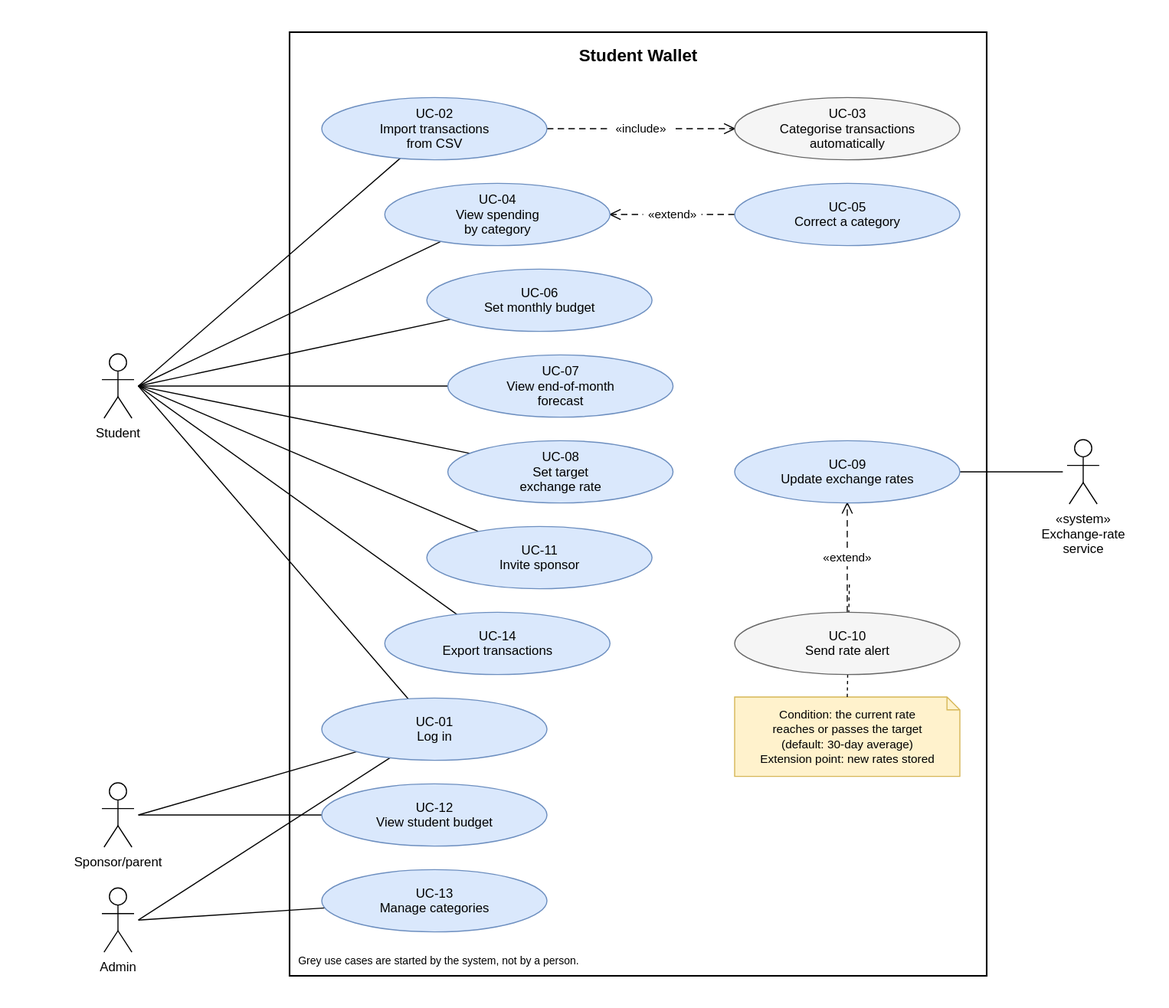
Above: 02-Requirements/use-case-diagram.drawio.svg in matteoovalee/swe-student-wallet (draw.io), before the change. Source tidied: cells renumbered, new cells last; positions are measured from the earlier drawing's top-left corner, leaving out a move shared by most shapes. The source it was exported from:
```xml
<mxGraphModel>
  <root>
    <mxCell id="0" />
    <mxCell id="1" parent="0" />
    <mxCell id="2" value="Student Wallet" style="rounded=0;whiteSpace=wrap;html=1;fillColor=none;verticalAlign=top;fontStyle=1;fontSize=16;strokeWidth=1.5;spacingTop=6;" parent="1" vertex="1">
      <mxGeometry x="175" width="650" height="880" as="geometry" />
    </mxCell>
    <mxCell id="3" value="UC-02&lt;br&gt;Import transactions from CSV" style="ellipse;whiteSpace=wrap;html=1;fillColor=#dae8fc;strokeColor=#6c8ebf;spacingLeft=14;spacingRight=14;" parent="1" vertex="1">
      <mxGeometry x="205" y="61" width="210" height="58" as="geometry" />
    </mxCell>
    <mxCell id="4" value="UC-04&lt;br&gt;View spending by category" style="ellipse;whiteSpace=wrap;html=1;fillColor=#dae8fc;strokeColor=#6c8ebf;spacingLeft=14;spacingRight=14;" parent="1" vertex="1">
      <mxGeometry x="263.8" y="141" width="210" height="58" as="geometry" />
    </mxCell>
    <mxCell id="5" value="UC-06&lt;br&gt;Set monthly budget" style="ellipse;whiteSpace=wrap;html=1;fillColor=#dae8fc;strokeColor=#6c8ebf;spacingLeft=14;spacingRight=14;" parent="1" vertex="1">
      <mxGeometry x="303" y="221" width="210" height="58" as="geometry" />
    </mxCell>
    <mxCell id="6" value="UC-07&lt;br&gt;View end-of-month forecast" style="ellipse;whiteSpace=wrap;html=1;fillColor=#dae8fc;strokeColor=#6c8ebf;spacingLeft=14;spacingRight=14;" parent="1" vertex="1">
      <mxGeometry x="322.6" y="301" width="210" height="58" as="geometry" />
    </mxCell>
    <mxCell id="7" value="UC-08&lt;br&gt;Set target exchange rate" style="ellipse;whiteSpace=wrap;html=1;fillColor=#dae8fc;strokeColor=#6c8ebf;spacingLeft=14;spacingRight=14;" parent="1" vertex="1">
      <mxGeometry x="322.6" y="381" width="210" height="58" as="geometry" />
    </mxCell>
    <mxCell id="8" value="UC-11&lt;br&gt;Invite sponsor" style="ellipse;whiteSpace=wrap;html=1;fillColor=#dae8fc;strokeColor=#6c8ebf;spacingLeft=14;spacingRight=14;" parent="1" vertex="1">
      <mxGeometry x="303" y="461" width="210" height="58" as="geometry" />
    </mxCell>
    <mxCell id="9" value="UC-14&lt;br&gt;Export transactions" style="ellipse;whiteSpace=wrap;html=1;fillColor=#dae8fc;strokeColor=#6c8ebf;spacingLeft=14;spacingRight=14;" parent="1" vertex="1">
      <mxGeometry x="263.8" y="541" width="210" height="58" as="geometry" />
    </mxCell>
    <mxCell id="10" value="UC-01&lt;br&gt;Log in" style="ellipse;whiteSpace=wrap;html=1;fillColor=#dae8fc;strokeColor=#6c8ebf;spacingLeft=14;spacingRight=14;" parent="1" vertex="1">
      <mxGeometry x="205" y="621" width="210" height="58" as="geometry" />
    </mxCell>
    <mxCell id="11" value="UC-12&lt;br&gt;View student budget" style="ellipse;whiteSpace=wrap;html=1;fillColor=#dae8fc;strokeColor=#6c8ebf;spacingLeft=14;spacingRight=14;" parent="1" vertex="1">
      <mxGeometry x="205" y="701" width="210" height="58" as="geometry" />
    </mxCell>
    <mxCell id="12" value="UC-13&lt;br&gt;Manage categories" style="ellipse;whiteSpace=wrap;html=1;fillColor=#dae8fc;strokeColor=#6c8ebf;spacingLeft=14;spacingRight=14;" parent="1" vertex="1">
      <mxGeometry x="205" y="781" width="210" height="58" as="geometry" />
    </mxCell>
    <mxCell id="13" value="UC-03&lt;br&gt;Categorise transactions automatically" style="ellipse;whiteSpace=wrap;html=1;fillColor=#f5f5f5;strokeColor=#666666;spacingLeft=14;spacingRight=14;" parent="1" vertex="1">
      <mxGeometry x="590" y="61" width="210" height="58" as="geometry" />
    </mxCell>
    <mxCell id="14" value="UC-05&lt;br&gt;Correct a category" style="ellipse;whiteSpace=wrap;html=1;fillColor=#dae8fc;strokeColor=#6c8ebf;spacingLeft=14;spacingRight=14;" parent="1" vertex="1">
      <mxGeometry x="590" y="141" width="210" height="58" as="geometry" />
    </mxCell>
    <mxCell id="15" value="UC-09&lt;br&gt;Update exchange rates" style="ellipse;whiteSpace=wrap;html=1;fillColor=#dae8fc;strokeColor=#6c8ebf;spacingLeft=14;spacingRight=14;" parent="1" vertex="1">
      <mxGeometry x="590" y="381" width="210" height="58" as="geometry" />
    </mxCell>
    <mxCell id="16" value="UC-10&lt;br&gt;Send rate alert" style="ellipse;whiteSpace=wrap;html=1;fillColor=#f5f5f5;strokeColor=#666666;spacingLeft=14;spacingRight=14;" parent="1" vertex="1">
      <mxGeometry x="590" y="541" width="210" height="58" as="geometry" />
    </mxCell>
    <mxCell id="17" value="Student" style="shape=umlActor;verticalLabelPosition=bottom;verticalAlign=top;html=1;outlineConnect=0;" parent="1" vertex="1">
      <mxGeometry y="300" width="30" height="60" as="geometry" />
    </mxCell>
    <mxCell id="18" value="Sponsor/parent" style="shape=umlActor;verticalLabelPosition=bottom;verticalAlign=top;html=1;outlineConnect=0;" parent="1" vertex="1">
      <mxGeometry y="700" width="30" height="60" as="geometry" />
    </mxCell>
    <mxCell id="19" value="Admin" style="shape=umlActor;verticalLabelPosition=bottom;verticalAlign=top;html=1;outlineConnect=0;" parent="1" vertex="1">
      <mxGeometry y="798" width="30" height="60" as="geometry" />
    </mxCell>
    <mxCell id="20" value="«system»&lt;br&gt;Exchange-rate&lt;br&gt;service" style="shape=umlActor;verticalLabelPosition=bottom;verticalAlign=top;html=1;outlineConnect=0;" parent="1" vertex="1">
      <mxGeometry x="900" y="380" width="30" height="60" as="geometry" />
    </mxCell>
    <mxCell id="21" style="endArrow=none;html=1;rounded=0;" parent="1" edge="1" source="17" target="10">
      <mxGeometry relative="1" as="geometry" />
    </mxCell>
    <mxCell id="22" style="endArrow=none;html=1;rounded=0;" parent="1" edge="1" source="17" target="3">
      <mxGeometry relative="1" as="geometry" />
    </mxCell>
    <mxCell id="23" style="endArrow=none;html=1;rounded=0;" parent="1" edge="1" source="17" target="4">
      <mxGeometry relative="1" as="geometry" />
    </mxCell>
    <mxCell id="24" style="endArrow=none;html=1;rounded=0;" parent="1" edge="1" source="17" target="5">
      <mxGeometry relative="1" as="geometry" />
    </mxCell>
    <mxCell id="25" style="endArrow=none;html=1;rounded=0;" parent="1" edge="1" source="17" target="6">
      <mxGeometry relative="1" as="geometry" />
    </mxCell>
    <mxCell id="26" style="endArrow=none;html=1;rounded=0;" parent="1" edge="1" source="17" target="7">
      <mxGeometry relative="1" as="geometry" />
    </mxCell>
    <mxCell id="27" style="endArrow=none;html=1;rounded=0;" parent="1" edge="1" source="17" target="8">
      <mxGeometry relative="1" as="geometry" />
    </mxCell>
    <mxCell id="28" style="endArrow=none;html=1;rounded=0;" parent="1" edge="1" source="17" target="9">
      <mxGeometry relative="1" as="geometry" />
    </mxCell>
    <mxCell id="29" style="endArrow=none;html=1;rounded=0;" parent="1" edge="1" source="18" target="10">
      <mxGeometry relative="1" as="geometry" />
    </mxCell>
    <mxCell id="30" style="endArrow=none;html=1;rounded=0;" parent="1" edge="1" source="18" target="11">
      <mxGeometry relative="1" as="geometry" />
    </mxCell>
    <mxCell id="31" style="endArrow=none;html=1;rounded=0;" parent="1" edge="1" source="19" target="10">
      <mxGeometry relative="1" as="geometry" />
    </mxCell>
    <mxCell id="32" style="endArrow=none;html=1;rounded=0;" parent="1" edge="1" source="19" target="12">
      <mxGeometry relative="1" as="geometry" />
    </mxCell>
    <mxCell id="33" style="endArrow=none;html=1;rounded=0;" parent="1" edge="1" source="20" target="15">
      <mxGeometry relative="1" as="geometry" />
    </mxCell>
    <mxCell id="34" value="«include»" style="endArrow=open;endSize=10;dashed=1;html=1;rounded=0;fontSize=11;" parent="1" edge="1" source="3" target="13">
      <mxGeometry relative="1" as="geometry" />
    </mxCell>
    <mxCell id="35" value="«extend»" style="endArrow=open;endSize=10;dashed=1;html=1;rounded=0;fontSize=11;" parent="1" edge="1" source="14" target="4">
      <mxGeometry relative="1" as="geometry" />
    </mxCell>
    <mxCell id="36" value="«extend»" style="endArrow=open;endSize=10;dashed=1;html=1;rounded=0;fontSize=11;" parent="1" edge="1" source="16" target="15">
      <mxGeometry relative="1" as="geometry" />
    </mxCell>
    <mxCell id="37" value="Condition: the current rate&lt;br&gt;reaches or passes the target&lt;br&gt;(default: 30-day average)&lt;br&gt;Extension point: new rates stored" style="shape=note;whiteSpace=wrap;html=1;size=12;fillColor=#fff2cc;strokeColor=#d6b656;fontSize=11;" parent="1" vertex="1">
      <mxGeometry x="590" y="620" width="210" height="74" as="geometry" />
    </mxCell>
    <mxCell id="38" style="endArrow=none;dashed=1;dashPattern=3 3;html=1;rounded=0;" parent="1" edge="1" source="37" target="36">
      <mxGeometry relative="1" as="geometry" />
    </mxCell>
    <mxCell id="39" value="Grey use cases are started by the system, not by a person." style="text;html=1;align=left;verticalAlign=middle;fontSize=10;" parent="1" vertex="1">
      <mxGeometry x="181" y="854" width="320" height="20" as="geometry" />
    </mxCell>
  </root>
</mxGraphModel>
```
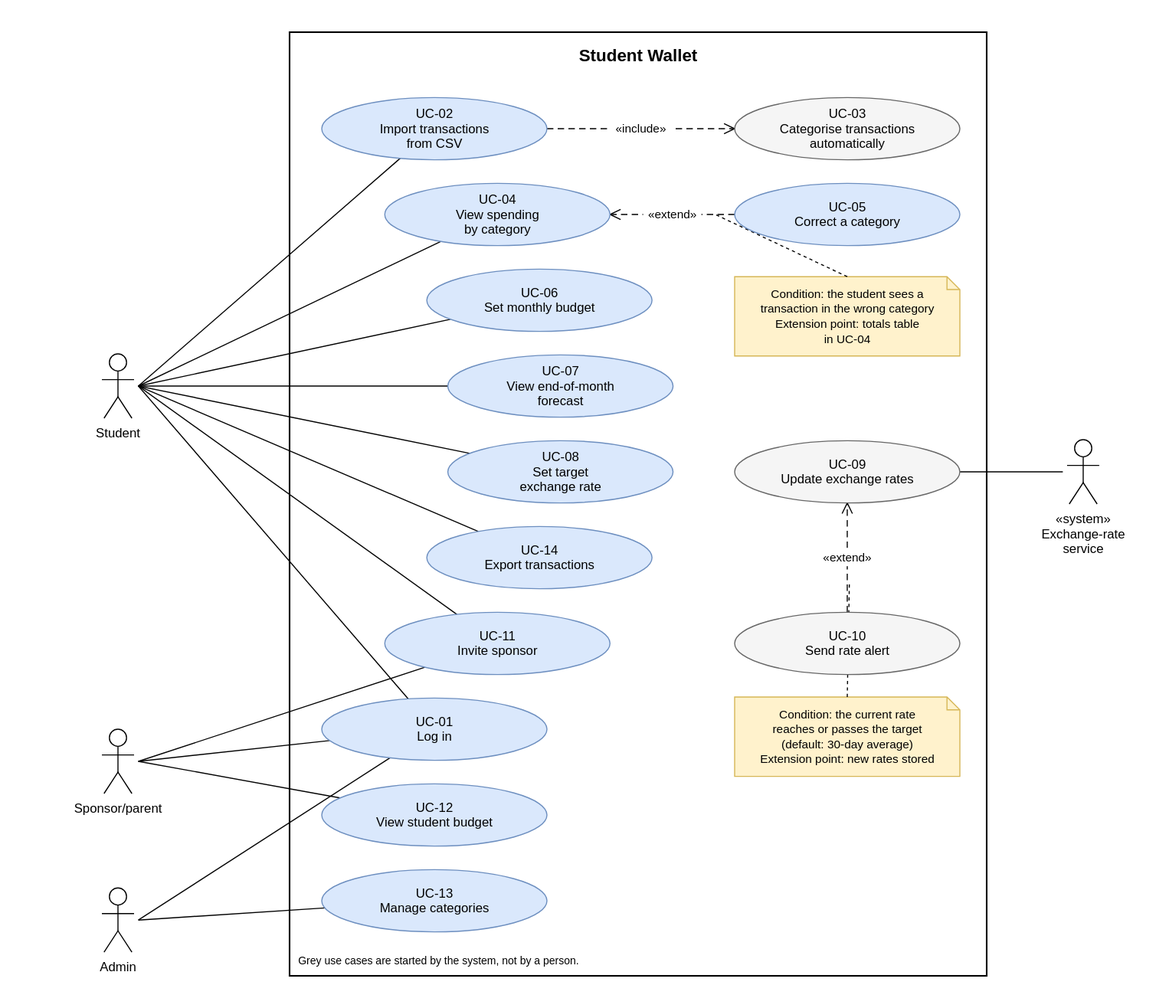
The same diagram one commit later.

Commit message:
req: apply review changes to use case diagram

Add Sponsor/parent line to UC-11, make UC-09 grey, add condition note on the UC-05 extend.

What changed in the source:
```diff
@@ -20,12 +20,12 @@
     <mxCell id="7" value="UC-08&lt;br&gt;Set target exchange rate" style="ellipse;whiteSpace=wrap;html=1;fillColor=#dae8fc;strokeColor=#6c8ebf;spacingLeft=14;spacingRight=14;" parent="1" vertex="1">
       <mxGeometry x="322.6" y="381" width="210" height="58" as="geometry" />
     </mxCell>
+    <mxCell id="9" value="UC-14&lt;br&gt;Export transactions" style="ellipse;whiteSpace=wrap;html=1;fillColor=#dae8fc;strokeColor=#6c8ebf;spacingLeft=14;spacingRight=14;" parent="1" vertex="1">
+      <mxGeometry x="303" y="461" width="210" height="58" as="geometry" />
+    </mxCell>
     <mxCell id="8" value="UC-11&lt;br&gt;Invite sponsor" style="ellipse;whiteSpace=wrap;html=1;fillColor=#dae8fc;strokeColor=#6c8ebf;spacingLeft=14;spacingRight=14;" parent="1" vertex="1">
-      <mxGeometry x="303" y="461" width="210" height="58" as="geometry" />
+      <mxGeometry x="263.8" y="541" width="210" height="58" as="geometry" />
     </mxCell>
-    <mxCell id="9" value="UC-14&lt;br&gt;Export transactions" style="ellipse;whiteSpace=wrap;html=1;fillColor=#dae8fc;strokeColor=#6c8ebf;spacingLeft=14;spacingRight=14;" parent="1" vertex="1">
-      <mxGeometry x="263.8" y="541" width="210" height="58" as="geometry" />
-    </mxCell>
     <mxCell id="10" value="UC-01&lt;br&gt;Log in" style="ellipse;whiteSpace=wrap;html=1;fillColor=#dae8fc;strokeColor=#6c8ebf;spacingLeft=14;spacingRight=14;" parent="1" vertex="1">
       <mxGeometry x="205" y="621" width="210" height="58" as="geometry" />
     </mxCell>
@@ -41,7 +41,7 @@
     <mxCell id="14" value="UC-05&lt;br&gt;Correct a category" style="ellipse;whiteSpace=wrap;html=1;fillColor=#dae8fc;strokeColor=#6c8ebf;spacingLeft=14;spacingRight=14;" parent="1" vertex="1">
       <mxGeometry x="590" y="141" width="210" height="58" as="geometry" />
     </mxCell>
-    <mxCell id="15" value="UC-09&lt;br&gt;Update exchange rates" style="ellipse;whiteSpace=wrap;html=1;fillColor=#dae8fc;strokeColor=#6c8ebf;spacingLeft=14;spacingRight=14;" parent="1" vertex="1">
+    <mxCell id="15" value="UC-09&lt;br&gt;Update exchange rates" style="ellipse;whiteSpace=wrap;html=1;fillColor=#f5f5f5;strokeColor=#666666;spacingLeft=14;spacingRight=14;" parent="1" vertex="1">
       <mxGeometry x="590" y="381" width="210" height="58" as="geometry" />
     </mxCell>
     <mxCell id="16" value="UC-10&lt;br&gt;Send rate alert" style="ellipse;whiteSpace=wrap;html=1;fillColor=#f5f5f5;strokeColor=#666666;spacingLeft=14;spacingRight=14;" parent="1" vertex="1">
@@ -51,7 +51,7 @@
       <mxGeometry y="300" width="30" height="60" as="geometry" />
     </mxCell>
     <mxCell id="18" value="Sponsor/parent" style="shape=umlActor;verticalLabelPosition=bottom;verticalAlign=top;html=1;outlineConnect=0;" parent="1" vertex="1">
-      <mxGeometry y="700" width="30" height="60" as="geometry" />
+      <mxGeometry y="650" width="30" height="60" as="geometry" />
     </mxCell>
     <mxCell id="19" value="Admin" style="shape=umlActor;verticalLabelPosition=bottom;verticalAlign=top;html=1;outlineConnect=0;" parent="1" vertex="1">
       <mxGeometry y="798" width="30" height="60" as="geometry" />
@@ -86,18 +86,21 @@
     <mxCell id="29" style="endArrow=none;html=1;rounded=0;" parent="1" edge="1" source="18" target="10">
       <mxGeometry relative="1" as="geometry" />
     </mxCell>
-    <mxCell id="30" style="endArrow=none;html=1;rounded=0;" parent="1" edge="1" source="18" target="11">
+    <mxCell id="30" style="endArrow=none;html=1;rounded=0;" parent="1" edge="1" source="18" target="8">
       <mxGeometry relative="1" as="geometry" />
     </mxCell>
-    <mxCell id="31" style="endArrow=none;html=1;rounded=0;" parent="1" edge="1" source="19" target="10">
+    <mxCell id="31" style="endArrow=none;html=1;rounded=0;" parent="1" edge="1" source="18" target="11">
       <mxGeometry relative="1" as="geometry" />
     </mxCell>
-    <mxCell id="32" style="endArrow=none;html=1;rounded=0;" parent="1" edge="1" source="19" target="12">
+    <mxCell id="32" style="endArrow=none;html=1;rounded=0;" parent="1" edge="1" source="19" target="10">
       <mxGeometry relative="1" as="geometry" />
     </mxCell>
-    <mxCell id="33" style="endArrow=none;html=1;rounded=0;" parent="1" edge="1" source="20" target="15">
+    <mxCell id="33" style="endArrow=none;html=1;rounded=0;" parent="1" edge="1" source="19" target="12">
       <mxGeometry relative="1" as="geometry" />
     </mxCell>
+    <mxCell id="40" style="endArrow=none;html=1;rounded=0;" parent="1" edge="1" source="20" target="15">
+      <mxGeometry relative="1" as="geometry" />
+    </mxCell>
     <mxCell id="34" value="«include»" style="endArrow=open;endSize=10;dashed=1;html=1;rounded=0;fontSize=11;" parent="1" edge="1" source="3" target="13">
       <mxGeometry relative="1" as="geometry" />
     </mxCell>
@@ -107,6 +110,12 @@
     <mxCell id="36" value="«extend»" style="endArrow=open;endSize=10;dashed=1;html=1;rounded=0;fontSize=11;" parent="1" edge="1" source="16" target="15">
       <mxGeometry relative="1" as="geometry" />
     </mxCell>
+    <mxCell id="41" value="Condition: the student sees a&lt;br&gt;transaction in the wrong category&lt;br&gt;Extension point: totals table&lt;br&gt;in UC-04" style="shape=note;whiteSpace=wrap;html=1;size=12;fillColor=#fff2cc;strokeColor=#d6b656;fontSize=11;" parent="1" vertex="1">
+      <mxGeometry x="590" y="228" width="210" height="74" as="geometry" />
+    </mxCell>
+    <mxCell id="42" style="endArrow=none;dashed=1;dashPattern=3 3;html=1;rounded=0;" parent="1" edge="1" source="41" target="35">
+      <mxGeometry relative="1" as="geometry" />
+    </mxCell>
     <mxCell id="37" value="Condition: the current rate&lt;br&gt;reaches or passes the target&lt;br&gt;(default: 30-day average)&lt;br&gt;Extension point: new rates stored" style="shape=note;whiteSpace=wrap;html=1;size=12;fillColor=#fff2cc;strokeColor=#d6b656;fontSize=11;" parent="1" vertex="1">
       <mxGeometry x="590" y="620" width="210" height="74" as="geometry" />
     </mxCell>
```
